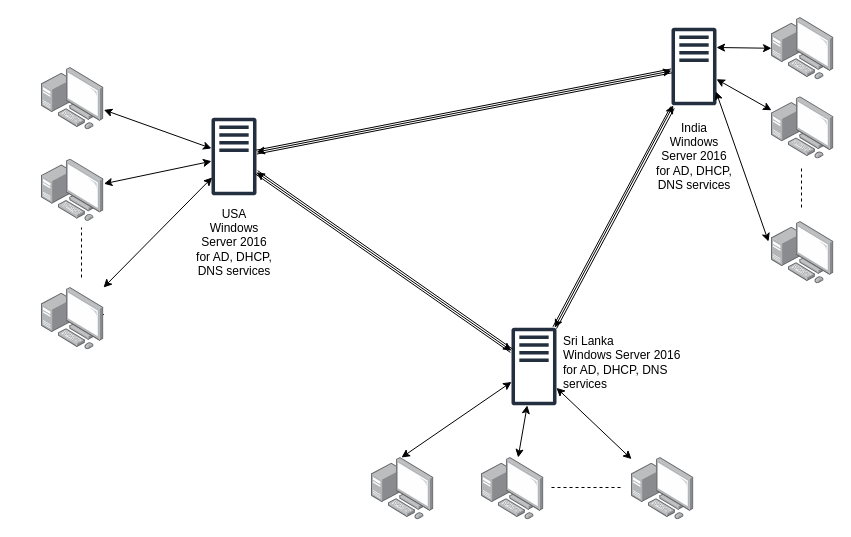
Earlier version of the draw.io diagram Sstem Administration .drawio (Nishaanthan/System-Administration). Source tidied: cells renumbered, new cells numbered last; positions are measured from the earlier drawing's top-left corner, leaving out a move shared by most shapes. Both pictures are drawn from the tidied source at 100%, with x=0, y=0 at pixel (41, 17).
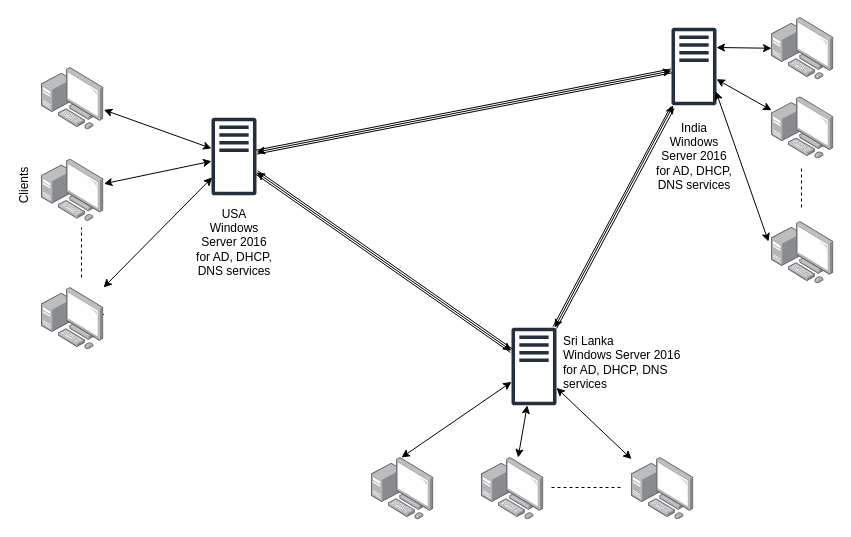
After the change.

Change to the diagram source:
```diff
@@
+    <mxCell id="36" value="Clients&lt;div&gt;&lt;br&gt;&lt;/div&gt;" style="text;html=1;strokeColor=none;fillColor=none;align=center;verticalAlign=middle;whiteSpace=wrap;rounded=0;rotation=-90;" parent="1" vertex="1">
+      <mxGeometry x="-30" y="158" width="40" height="20" as="geometry" />
+    </mxCell>
```
